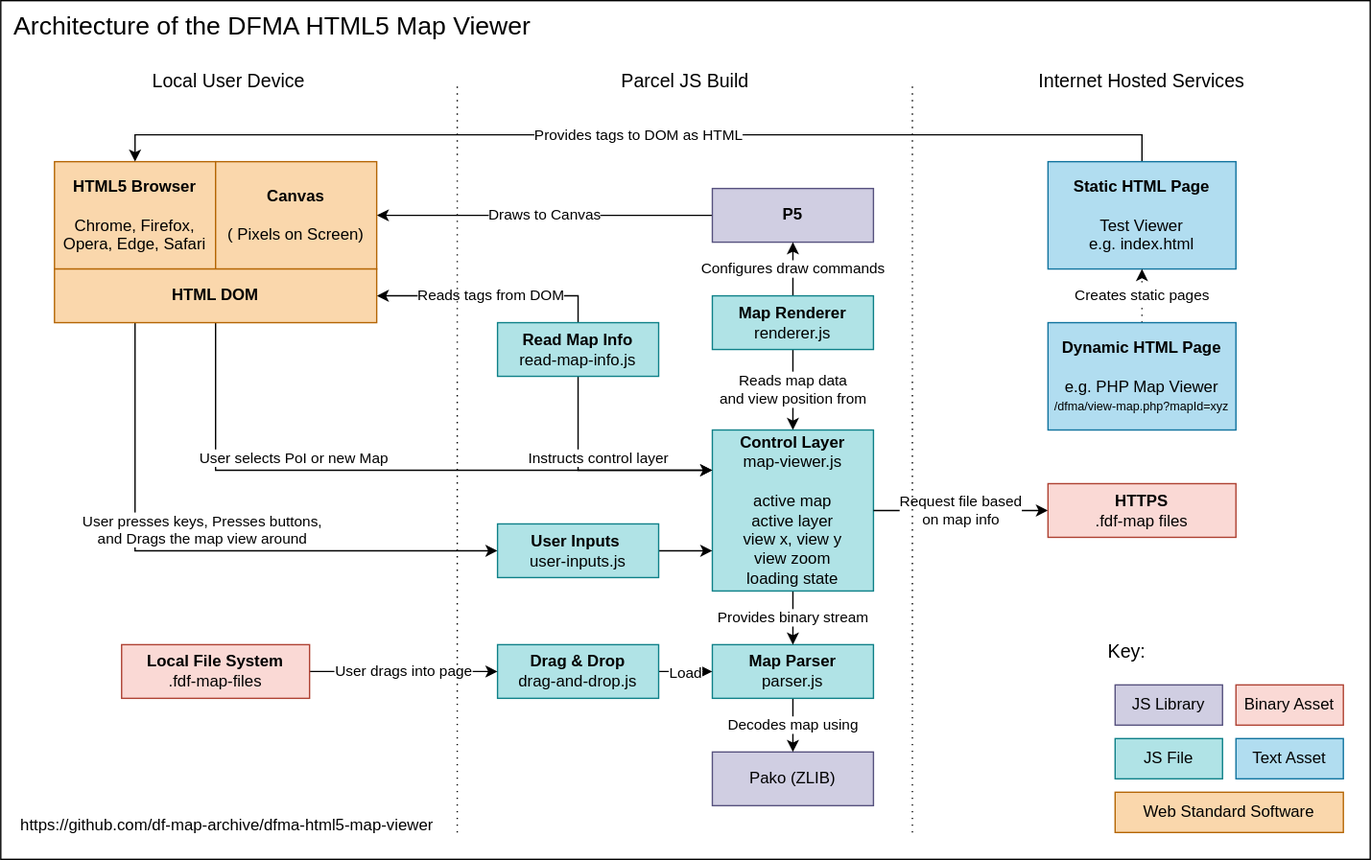
Before: docs/diagrams/architecture.drawio.svg, a diagram exported from draw.io (df-map-archive/dfma-html5-map-viewer). Source tidied: cells renumbered, new cells last; positions are measured from the earlier drawing's top-left corner, leaving out a move shared by most shapes. Its diagram source:
```xml
<mxGraphModel>
  <root>
    <mxCell id="0" />
    <mxCell id="1" parent="0" />
    <mxCell id="2" style="rounded=0;whiteSpace=wrap;html=1;align=center;" parent="1" vertex="1">
      <mxGeometry width="1020" height="640" as="geometry" />
    </mxCell>
    <mxCell id="3" value="Draws to Canvas" style="edgeStyle=orthogonalEdgeStyle;rounded=0;jettySize=auto;html=1;exitX=0;exitY=0.5;exitDx=0;exitDy=0;entryX=1;entryY=0.5;entryDx=0;entryDy=0;" parent="1" edge="1" source="4" target="24">
      <mxGeometry relative="1" as="geometry" />
    </mxCell>
    <mxCell id="4" value="&lt;b&gt;P5&lt;/b&gt;" style="rounded=0;whiteSpace=wrap;html=1;fillColor=#d0cee2;strokeColor=#56517e;fontColor=#000000;" parent="1" vertex="1">
      <mxGeometry x="530" y="140" width="120" height="40" as="geometry" />
    </mxCell>
    <mxCell id="5" value="Pako (ZLIB)" style="rounded=0;whiteSpace=wrap;html=1;fillColor=#d0cee2;strokeColor=#56517e;fontColor=#000000;" parent="1" vertex="1">
      <mxGeometry x="530" y="560" width="120" height="40" as="geometry" />
    </mxCell>
    <mxCell id="6" value="Decodes map using" style="edgeStyle=orthogonalEdgeStyle;rounded=0;jettySize=auto;html=1;exitX=0.5;exitY=1;exitDx=0;exitDy=0;entryX=0.5;entryY=0;entryDx=0;entryDy=0;" parent="1" edge="1" source="7" target="5">
      <mxGeometry relative="1" as="geometry" />
    </mxCell>
    <mxCell id="7" value="&lt;b&gt;Map Parser&lt;/b&gt;&lt;br&gt;parser.js" style="rounded=0;whiteSpace=wrap;html=1;fillColor=#b0e3e6;strokeColor=#0e8088;fontColor=#000000;" parent="1" vertex="1">
      <mxGeometry x="530" y="480" width="120" height="40" as="geometry" />
    </mxCell>
    <mxCell id="8" value="Reads map data &lt;br&gt;and view position from" style="edgeStyle=orthogonalEdgeStyle;rounded=0;jettySize=auto;html=1;exitX=0.5;exitY=1;exitDx=0;exitDy=0;entryX=0.5;entryY=0;entryDx=0;entryDy=0;" parent="1" edge="1" source="10" target="12">
      <mxGeometry relative="1" as="geometry" />
    </mxCell>
    <mxCell id="9" value="Configures draw commands" style="edgeStyle=orthogonalEdgeStyle;rounded=0;jettySize=auto;html=1;exitX=0.5;exitY=0;exitDx=0;exitDy=0;entryX=0.5;entryY=1;entryDx=0;entryDy=0;" parent="1" edge="1" source="10" target="4">
      <mxGeometry relative="1" as="geometry" />
    </mxCell>
    <mxCell id="10" value="&lt;b&gt;Map Renderer&lt;/b&gt;&lt;br&gt;renderer.js" style="rounded=0;whiteSpace=wrap;html=1;fillColor=#b0e3e6;strokeColor=#0e8088;fontColor=#000000;" parent="1" vertex="1">
      <mxGeometry x="530" y="220" width="120" height="40" as="geometry" />
    </mxCell>
    <mxCell id="11" value="Provides binary stream" style="edgeStyle=orthogonalEdgeStyle;rounded=0;jettySize=auto;html=1;exitX=0.5;exitY=1;exitDx=0;exitDy=0;entryX=0.5;entryY=0;entryDx=0;entryDy=0;" parent="1" edge="1" source="12" target="7">
      <mxGeometry relative="1" as="geometry" />
    </mxCell>
    <mxCell id="12" value="&lt;b&gt;Control Layer&lt;/b&gt;&lt;br&gt;map-viewer.js&lt;br&gt;&lt;br&gt;active map&lt;br&gt;active layer&lt;br&gt;view x, view y&lt;br&gt;view zoom&lt;br&gt;loading state" style="rounded=0;whiteSpace=wrap;html=1;fillColor=#b0e3e6;strokeColor=#0e8088;fontColor=#000000;" parent="1" vertex="1">
      <mxGeometry x="530" y="320" width="120" height="120" as="geometry" />
    </mxCell>
    <mxCell id="13" style="edgeStyle=orthogonalEdgeStyle;rounded=0;jettySize=auto;html=1;exitX=1;exitY=0.5;exitDx=0;exitDy=0;entryX=0;entryY=0.5;entryDx=0;entryDy=0;" parent="1" edge="1" source="15" target="7">
      <mxGeometry relative="1" as="geometry" />
    </mxCell>
    <mxCell id="14" value="Load" style="edgeLabel;html=1;align=center;verticalAlign=middle;fontSize=11;" parent="13" vertex="1">
      <mxGeometry x="-0.05" relative="1" as="geometry" />
    </mxCell>
    <mxCell id="15" value="&lt;b&gt;Drag &amp;amp; Drop&lt;/b&gt;&amp;nbsp;&lt;br&gt;drag-and-drop.js" style="rounded=0;whiteSpace=wrap;html=1;fillColor=#b0e3e6;strokeColor=#0e8088;fontColor=#000000;" parent="1" vertex="1">
      <mxGeometry x="370" y="480" width="120" height="40" as="geometry" />
    </mxCell>
    <mxCell id="16" value="Request file based&lt;br&gt;on map info" style="edgeStyle=orthogonalEdgeStyle;rounded=0;jettySize=auto;html=1;exitX=1;exitY=0.5;exitDx=0;exitDy=0;entryX=0;entryY=0.5;entryDx=0;entryDy=0;" parent="1" edge="1" source="12" target="17">
      <mxGeometry relative="1" as="geometry" />
    </mxCell>
    <mxCell id="17" value="&lt;b&gt;HTTPS&lt;/b&gt;&amp;nbsp;&lt;br&gt;.fdf-map files" style="rounded=0;whiteSpace=wrap;html=1;fillColor=#fad9d5;strokeColor=#ae4132;fontColor=#000000;" parent="1" vertex="1">
      <mxGeometry x="780" y="360" width="140" height="40" as="geometry" />
    </mxCell>
    <mxCell id="18" value="User drags into page" style="edgeStyle=orthogonalEdgeStyle;rounded=0;jettySize=auto;html=1;exitX=1;exitY=0.5;exitDx=0;exitDy=0;entryX=0;entryY=0.5;entryDx=0;entryDy=0;" parent="1" edge="1" source="19" target="15">
      <mxGeometry relative="1" as="geometry" />
    </mxCell>
    <mxCell id="19" value="&lt;b&gt;Local File System&lt;/b&gt;&lt;br&gt;.fdf-map-files" style="rounded=0;whiteSpace=wrap;html=1;fillColor=#fad9d5;strokeColor=#ae4132;fontColor=#000000;" parent="1" vertex="1">
      <mxGeometry x="90" y="480" width="140" height="40" as="geometry" />
    </mxCell>
    <mxCell id="20" value="Reads tags from DOM" style="edgeStyle=orthogonalEdgeStyle;rounded=0;jettySize=auto;html=1;exitX=0.5;exitY=0;exitDx=0;exitDy=0;entryX=1;entryY=0.5;entryDx=0;entryDy=0;" parent="1" edge="1" source="22" target="27">
      <mxGeometry relative="1" as="geometry" />
    </mxCell>
    <mxCell id="21" value="Instructs&amp;nbsp;control layer" style="edgeStyle=orthogonalEdgeStyle;rounded=0;jettySize=auto;html=1;exitX=0.5;exitY=1;exitDx=0;exitDy=0;entryX=0;entryY=0.25;entryDx=0;entryDy=0;labelPosition=center;verticalLabelPosition=top;align=center;verticalAlign=bottom;" parent="1" edge="1" source="22" target="12">
      <mxGeometry relative="1" as="geometry" />
    </mxCell>
    <mxCell id="22" value="&lt;b&gt;Read Map Info&lt;/b&gt;&lt;br&gt;read-map-info.js" style="rounded=0;whiteSpace=wrap;html=1;fillColor=#b0e3e6;strokeColor=#0e8088;fontColor=#000000;" parent="1" vertex="1">
      <mxGeometry x="370" y="240" width="120" height="40" as="geometry" />
    </mxCell>
    <mxCell id="23" value="&lt;b&gt;HTML5 Browser&lt;/b&gt;&lt;br&gt;&lt;br&gt;Chrome, Firefox, Opera, Edge, Safari" style="rounded=0;whiteSpace=wrap;html=1;fillColor=#fad7ac;strokeColor=#b46504;fontColor=#000000;" parent="1" vertex="1">
      <mxGeometry x="40" y="120" width="120" height="80" as="geometry" />
    </mxCell>
    <mxCell id="24" value="Canvas&lt;br&gt;&lt;br&gt;&lt;span style=&quot;font-weight: normal&quot;&gt;( Pixels on Screen)&lt;/span&gt;" style="rounded=0;whiteSpace=wrap;html=1;fontStyle=1;fillColor=#fad7ac;strokeColor=#b46504;fontColor=#000000;" parent="1" vertex="1">
      <mxGeometry x="160" y="120" width="120" height="80" as="geometry" />
    </mxCell>
    <mxCell id="25" value="User selects PoI or new Map" style="edgeStyle=orthogonalEdgeStyle;rounded=0;jettySize=auto;html=1;exitX=0.5;exitY=1;exitDx=0;exitDy=0;fontSize=11;entryX=0;entryY=0.25;entryDx=0;entryDy=0;labelPosition=left;verticalLabelPosition=top;align=right;verticalAlign=bottom;" parent="1" edge="1" source="27" target="12">
      <mxGeometry relative="1" as="geometry" />
    </mxCell>
    <mxCell id="26" value="User presses keys, Presses buttons, &lt;br&gt;and Drags the map view around" style="edgeStyle=orthogonalEdgeStyle;rounded=0;jettySize=auto;html=1;exitX=0.25;exitY=1;exitDx=0;exitDy=0;entryX=0;entryY=0.5;entryDx=0;entryDy=0;fontSize=11;labelPosition=center;verticalLabelPosition=top;align=center;verticalAlign=bottom;" parent="1" edge="1" source="27" target="38">
      <mxGeometry relative="1" as="geometry" />
    </mxCell>
    <mxCell id="27" value="HTML DOM" style="rounded=0;whiteSpace=wrap;html=1;fontStyle=1;fillColor=#fad7ac;strokeColor=#b46504;fontColor=#000000;" parent="1" vertex="1">
      <mxGeometry x="40" y="200" width="240" height="40" as="geometry" />
    </mxCell>
    <mxCell id="28" style="endArrow=none;dashed=1;html=1;dashPattern=1 4;" parent="1" edge="1">
      <mxGeometry relative="1" as="geometry">
        <mxPoint x="340" y="620" as="sourcePoint" />
        <mxPoint x="340" y="60" as="targetPoint" />
      </mxGeometry>
    </mxCell>
    <mxCell id="29" style="endArrow=none;dashed=1;html=1;dashPattern=1 4;" parent="1" edge="1">
      <mxGeometry relative="1" as="geometry">
        <mxPoint x="679" y="620" as="sourcePoint" />
        <mxPoint x="679" y="60" as="targetPoint" />
      </mxGeometry>
    </mxCell>
    <mxCell id="30" value="Parcel JS Build" style="text;html=1;strokeColor=none;fillColor=none;align=center;verticalAlign=middle;whiteSpace=wrap;rounded=0;labelPosition=center;verticalLabelPosition=middle;spacing=5;fontSize=14;" parent="1" vertex="1">
      <mxGeometry x="340" y="40" width="340" height="40" as="geometry" />
    </mxCell>
    <mxCell id="31" value="Internet Hosted Services" style="text;html=1;strokeColor=none;fillColor=none;align=center;verticalAlign=middle;whiteSpace=wrap;rounded=0;labelPosition=center;verticalLabelPosition=middle;spacing=5;fontSize=14;" parent="1" vertex="1">
      <mxGeometry x="680" y="40" width="340" height="40" as="geometry" />
    </mxCell>
    <mxCell id="32" value="Local User Device" style="text;html=1;strokeColor=none;fillColor=none;align=center;verticalAlign=middle;whiteSpace=wrap;rounded=0;labelPosition=center;verticalLabelPosition=middle;spacing=5;fontSize=14;" parent="1" vertex="1">
      <mxGeometry y="40" width="340" height="40" as="geometry" />
    </mxCell>
    <mxCell id="33" value="Provides tags to DOM as HTML" style="edgeStyle=orthogonalEdgeStyle;rounded=0;jettySize=auto;html=1;exitX=0.5;exitY=0;exitDx=0;exitDy=0;entryX=0.5;entryY=0;entryDx=0;entryDy=0;" parent="1" edge="1" source="34" target="23">
      <mxGeometry relative="1" as="geometry" />
    </mxCell>
    <mxCell id="34" value="&lt;b&gt;Static HTML Page&lt;/b&gt;&lt;br&gt;&lt;br&gt;Test Viewer&lt;br&gt;e.g. index.html" style="rounded=0;whiteSpace=wrap;html=1;fillColor=#b1ddf0;strokeColor=#10739e;fontColor=#000000;" parent="1" vertex="1">
      <mxGeometry x="780" y="120" width="140" height="80" as="geometry" />
    </mxCell>
    <mxCell id="35" value="Creates static pages" style="edgeStyle=orthogonalEdgeStyle;rounded=0;jettySize=auto;html=1;exitX=0.5;exitY=0;exitDx=0;exitDy=0;entryX=0.5;entryY=1;entryDx=0;entryDy=0;dashed=1;dashPattern=1 4;" parent="1" edge="1" source="36" target="34">
      <mxGeometry relative="1" as="geometry" />
    </mxCell>
    <mxCell id="36" value="&lt;b&gt;Dynamic HTML Page&lt;/b&gt;&lt;br&gt;&lt;br&gt;e.g. PHP Map Viewer&lt;br&gt;&lt;font style=&quot;font-size: 9px&quot;&gt;/dfma/view-map.php?mapId=xyz&lt;/font&gt;" style="rounded=0;whiteSpace=wrap;html=1;fillColor=#b1ddf0;strokeColor=#10739e;fontColor=#000000;" parent="1" vertex="1">
      <mxGeometry x="780" y="240" width="140" height="80" as="geometry" />
    </mxCell>
    <mxCell id="37" style="edgeStyle=orthogonalEdgeStyle;rounded=0;jettySize=auto;html=1;exitX=1;exitY=0.5;exitDx=0;exitDy=0;entryX=0;entryY=0.75;entryDx=0;entryDy=0;fontSize=11;" parent="1" edge="1" source="38" target="12">
      <mxGeometry relative="1" as="geometry" />
    </mxCell>
    <mxCell id="38" value="&lt;b&gt;User Inputs&amp;nbsp;&lt;/b&gt;&lt;br&gt;user-inputs.js" style="rounded=0;whiteSpace=wrap;html=1;fillColor=#b0e3e6;strokeColor=#0e8088;fontColor=#000000;" parent="1" vertex="1">
      <mxGeometry x="370" y="390" width="120" height="40" as="geometry" />
    </mxCell>
    <mxCell id="39" style="group;fillColor=none;" parent="1" vertex="1">
      <mxGeometry x="820" y="470" width="180" height="150" as="geometry" />
    </mxCell>
    <mxCell id="40" value="JS Library" style="rounded=0;whiteSpace=wrap;html=1;fillColor=#d0cee2;strokeColor=#56517e;fontColor=#000000;" parent="39" vertex="1">
      <mxGeometry x="10" y="40" width="80" height="30" as="geometry" />
    </mxCell>
    <mxCell id="41" value="Key:" style="text;html=1;strokeColor=none;fillColor=none;align=left;verticalAlign=middle;whiteSpace=wrap;rounded=0;labelPosition=center;verticalLabelPosition=middle;spacing=5;fontSize=14;" parent="39" vertex="1">
      <mxGeometry width="70" height="30" as="geometry" />
    </mxCell>
    <mxCell id="42" value="JS File" style="rounded=0;whiteSpace=wrap;html=1;fillColor=#b0e3e6;strokeColor=#0e8088;fontColor=#000000;" parent="39" vertex="1">
      <mxGeometry x="10" y="80" width="80" height="30" as="geometry" />
    </mxCell>
    <mxCell id="43" value="Binary Asset" style="rounded=0;whiteSpace=wrap;html=1;fillColor=#fad9d5;strokeColor=#ae4132;fontColor=#000000;" parent="39" vertex="1">
      <mxGeometry x="100" y="40" width="80" height="30" as="geometry" />
    </mxCell>
    <mxCell id="44" value="Text Asset" style="rounded=0;whiteSpace=wrap;html=1;fillColor=#b1ddf0;strokeColor=#10739e;fontColor=#000000;" parent="39" vertex="1">
      <mxGeometry x="100" y="80" width="80" height="30" as="geometry" />
    </mxCell>
    <mxCell id="45" value="Web Standard Software" style="rounded=0;whiteSpace=wrap;html=1;fillColor=#fad7ac;strokeColor=#b46504;fontColor=#000000;" parent="39" vertex="1">
      <mxGeometry x="10" y="120" width="170" height="30" as="geometry" />
    </mxCell>
    <mxCell id="46" value="&lt;a href=&quot;https://github.com/df-map-archive/dfma-html5-map-viewer&quot; style=&quot;font-size: 12px;&quot;&gt;https://github.com/df-map-archive/dfma-html5-map-viewer&lt;/a&gt;" style="text;html=1;strokeColor=none;fillColor=none;align=left;verticalAlign=middle;whiteSpace=wrap;rounded=0;labelPosition=center;verticalLabelPosition=middle;spacing=5;fontSize=12;" parent="1" vertex="1">
      <mxGeometry x="10" y="600" width="320" height="30" as="geometry" />
    </mxCell>
    <mxCell id="47" value="Architecture of the DFMA HTML5 Map Viewer&amp;nbsp;" style="text;html=1;strokeColor=none;fillColor=none;align=left;verticalAlign=middle;whiteSpace=wrap;rounded=0;labelPosition=center;verticalLabelPosition=middle;spacing=5;fontSize=19;spacingLeft=5;" parent="1" vertex="1">
      <mxGeometry width="680" height="40" as="geometry" />
    </mxCell>
  </root>
</mxGraphModel>
```
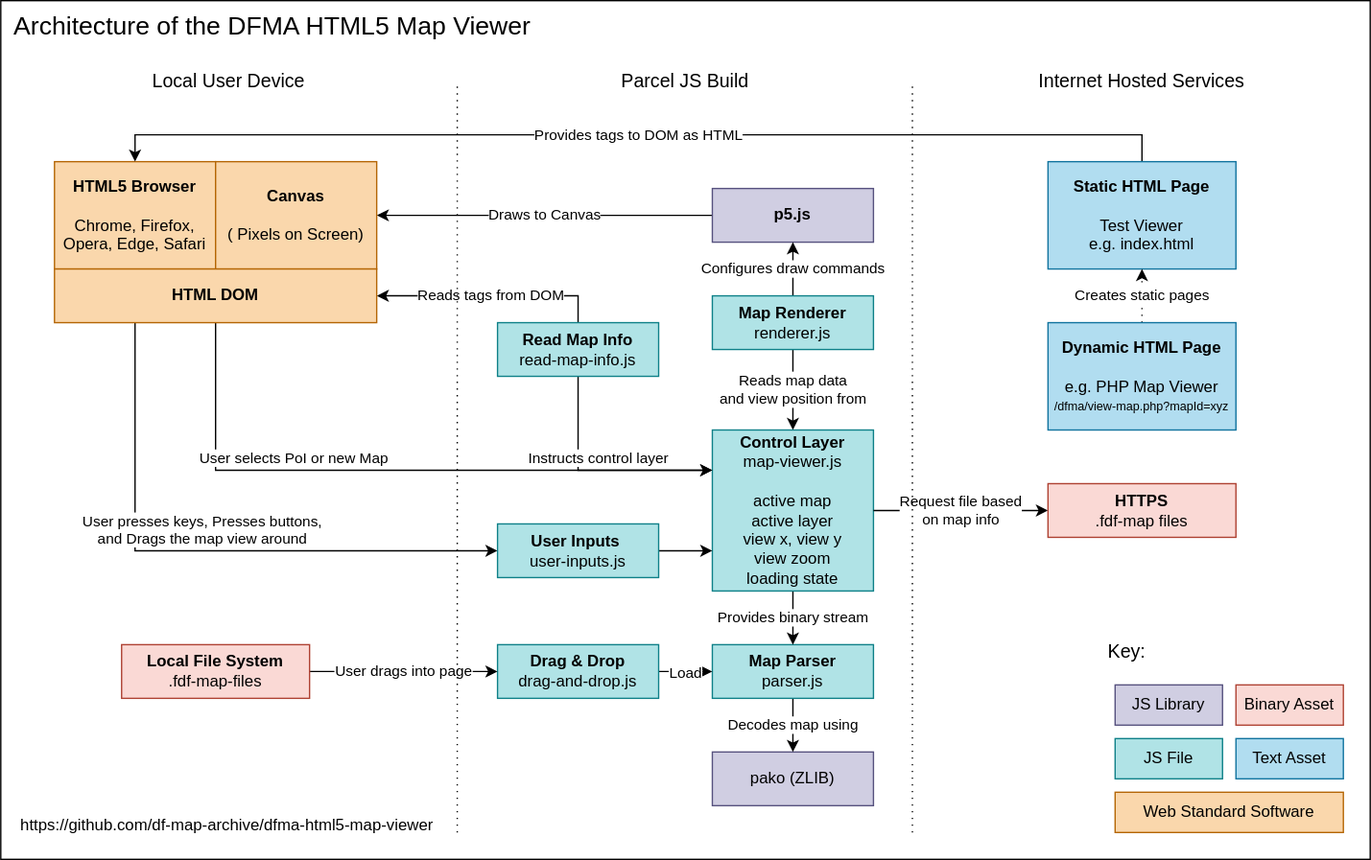
After the change.

The edit, as a diff of the source:
```diff
@@ -8,10 +8,10 @@
     <mxCell id="3" value="Draws to Canvas" style="edgeStyle=orthogonalEdgeStyle;rounded=0;jettySize=auto;html=1;exitX=0;exitY=0.5;exitDx=0;exitDy=0;entryX=1;entryY=0.5;entryDx=0;entryDy=0;" parent="1" edge="1" source="4" target="24">
       <mxGeometry relative="1" as="geometry" />
     </mxCell>
-    <mxCell id="4" value="&lt;b&gt;P5&lt;/b&gt;" style="rounded=0;whiteSpace=wrap;html=1;fillColor=#d0cee2;strokeColor=#56517e;fontColor=#000000;" parent="1" vertex="1">
+    <mxCell id="4" value="&lt;b&gt;p5.js&lt;/b&gt;" style="rounded=0;whiteSpace=wrap;html=1;fillColor=#d0cee2;strokeColor=#56517e;fontColor=#000000;" parent="1" vertex="1">
       <mxGeometry x="530" y="140" width="120" height="40" as="geometry" />
     </mxCell>
-    <mxCell id="5" value="Pako (ZLIB)" style="rounded=0;whiteSpace=wrap;html=1;fillColor=#d0cee2;strokeColor=#56517e;fontColor=#000000;" parent="1" vertex="1">
+    <mxCell id="5" value="pako (ZLIB)" style="rounded=0;whiteSpace=wrap;html=1;fillColor=#d0cee2;strokeColor=#56517e;fontColor=#000000;" parent="1" vertex="1">
       <mxGeometry x="530" y="560" width="120" height="40" as="geometry" />
     </mxCell>
     <mxCell id="6" value="Decodes map using" style="edgeStyle=orthogonalEdgeStyle;rounded=0;jettySize=auto;html=1;exitX=0.5;exitY=1;exitDx=0;exitDy=0;entryX=0.5;entryY=0;entryDx=0;entryDy=0;" parent="1" edge="1" source="7" target="5">
```
